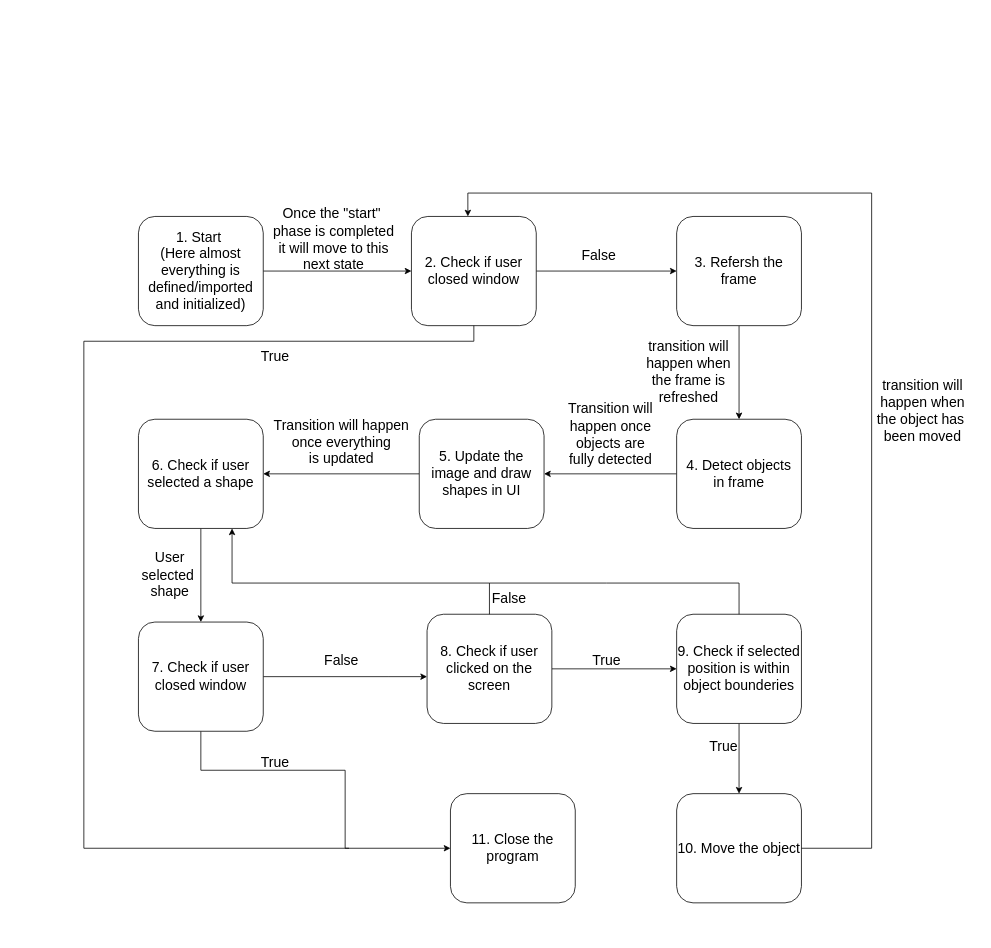
Earlier version of the draw.io diagram SDA project state diagram.drawio (OliwierL/SDA). Source tidied: cells renumbered, new cells numbered last; positions are measured from the earlier drawing's top-left corner, leaving out a move shared by most shapes. Both pictures are drawn from the tidied source at 78%, with x=0, y=0 at pixel (83, 193).
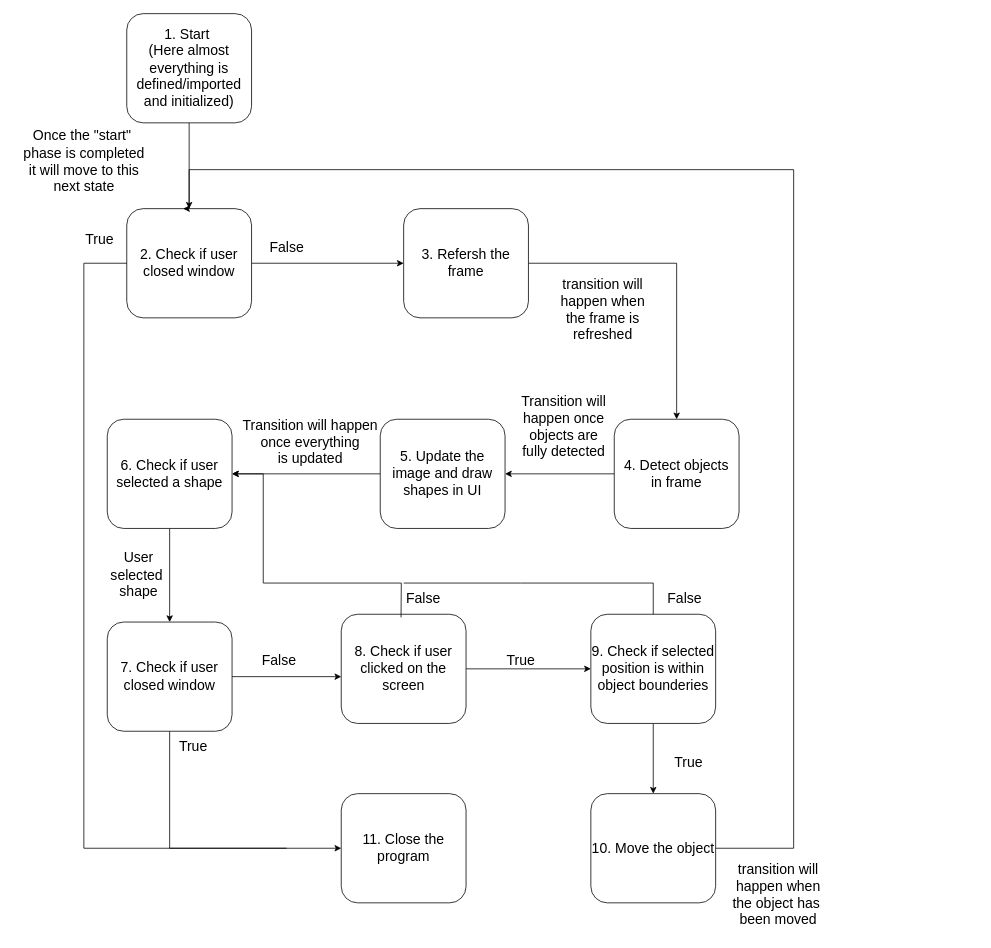
The same page after the edit.

Commit message (it also covers changes not shown here):
SDA class diagram

Made By Andrez

The edit, as a diff of the source:
```diff
@@
-    <mxCell id="2" style="edgeStyle=orthogonalEdgeStyle;rounded=0;jettySize=auto;html=1;entryX=0;entryY=0.5;entryDx=0;entryDy=0;" parent="1" edge="1" source="3" target="5">
-      <mxGeometry relative="1" as="geometry" />
+    <mxCell id="2" style="edgeStyle=orthogonalEdgeStyle;rounded=0;jettySize=auto;html=1;" parent="1" edge="1" source="3">
+      <mxGeometry relative="1" as="geometry">
+        <mxPoint x="135" y="20" as="targetPoint" />
+      </mxGeometry>
     </mxCell>
     <mxCell id="3" value="&lt;font style=&quot;font-size: 18px;&quot;&gt;1. Start&amp;nbsp;&lt;br&gt;(Here almost&lt;br&gt;everything is defined/imported and initialized)&lt;/font&gt;" style="rounded=1;whiteSpace=wrap;html=1;" parent="1" vertex="1">
-      <mxGeometry x="70" y="30" width="160" height="140" as="geometry" />
+      <mxGeometry x="55" y="-230" width="160" height="140" as="geometry" />
     </mxCell>
     <mxCell id="4" style="edgeStyle=orthogonalEdgeStyle;rounded=0;jettySize=auto;html=1;entryX=0;entryY=0.5;entryDx=0;entryDy=0;" parent="1" edge="1" source="5" target="8">
-      <mxGeometry relative="1" as="geometry" />
+      <mxGeometry relative="1" as="geometry">
+        <Array as="points">
+          <mxPoint x="410" y="90" />
+          <mxPoint x="410" y="90" />
+        </Array>
+      </mxGeometry>
     </mxCell>
     <mxCell id="5" value="&lt;font style=&quot;font-size: 18px;&quot;&gt;2. Check if user closed window&lt;br&gt;&lt;/font&gt;" style="rounded=1;whiteSpace=wrap;html=1;" parent="1" vertex="1">
-      <mxGeometry x="420" y="30" width="160" height="140" as="geometry" />
+      <mxGeometry x="55" y="20" width="160" height="140" as="geometry" />
     </mxCell>
     <mxCell id="6" value="&lt;font style=&quot;font-size: 18px;&quot;&gt;Once the &quot;start&quot;&amp;nbsp;&lt;br&gt;phase is completed&lt;br&gt;it will move to this&lt;br&gt;next state&lt;/font&gt;" style="text;html=1;align=center;verticalAlign=middle;strokeColor=none;fillColor=none;" parent="1" vertex="1">
-      <mxGeometry x="230" y="10" width="180" height="100" as="geometry" />
+      <mxGeometry x="-90" y="-90" width="180" height="100" as="geometry" />
     </mxCell>
@@
     <mxCell id="8" value="&lt;font style=&quot;font-size: 18px;&quot;&gt;3. Refersh the frame&lt;br&gt;&lt;/font&gt;" style="rounded=1;whiteSpace=wrap;html=1;" parent="1" vertex="1">
-      <mxGeometry x="760" y="30" width="160" height="140" as="geometry" />
+      <mxGeometry x="410" y="20" width="160" height="140" as="geometry" />
     </mxCell>
@@
     <mxCell id="10" value="&lt;font style=&quot;font-size: 18px;&quot;&gt;4. Detect objects&lt;br&gt;in frame&lt;br&gt;&lt;/font&gt;" style="rounded=1;whiteSpace=wrap;html=1;" parent="1" vertex="1">
-      <mxGeometry x="760" y="290" width="160" height="140" as="geometry" />
+      <mxGeometry x="680" y="290" width="160" height="140" as="geometry" />
     </mxCell>
@@
     <mxCell id="12" value="&lt;font style=&quot;font-size: 18px;&quot;&gt;5. Update the image and draw shapes in UI&lt;br&gt;&lt;/font&gt;" style="rounded=1;whiteSpace=wrap;html=1;" parent="1" vertex="1">
-      <mxGeometry x="430" y="290" width="160" height="140" as="geometry" />
+      <mxGeometry x="380" y="290" width="160" height="140" as="geometry" />
     </mxCell>
@@
     <mxCell id="14" value="&lt;font style=&quot;font-size: 18px;&quot;&gt;6. Check if user selected a shape&lt;br&gt;&lt;/font&gt;" style="rounded=1;whiteSpace=wrap;html=1;" parent="1" vertex="1">
-      <mxGeometry x="70" y="290" width="160" height="140" as="geometry" />
+      <mxGeometry x="30" y="290" width="160" height="140" as="geometry" />
     </mxCell>
     <mxCell id="15" value="&lt;span style=&quot;font-size: 18px;&quot;&gt;transition will&lt;br&gt;happen when&lt;br&gt;the frame is&lt;br&gt;refreshed&lt;br&gt;&lt;/span&gt;" style="text;html=1;align=center;verticalAlign=middle;strokeColor=none;fillColor=none;" parent="1" vertex="1">
-      <mxGeometry x="710" y="180" width="130" height="100" as="geometry" />
+      <mxGeometry x="600" y="100" width="130" height="100" as="geometry" />
     </mxCell>
     <mxCell id="16" value="&lt;span style=&quot;font-size: 18px;&quot;&gt;Transition will&lt;br&gt;happen once&lt;br&gt;objects are&lt;br&gt;fully detected&lt;br&gt;&lt;/span&gt;" style="text;html=1;align=center;verticalAlign=middle;strokeColor=none;fillColor=none;" parent="1" vertex="1">
-      <mxGeometry x="610" y="260" width="130" height="100" as="geometry" />
+      <mxGeometry x="550" y="250" width="130" height="100" as="geometry" />
     </mxCell>
     <mxCell id="17" value="&lt;span style=&quot;font-size: 18px;&quot;&gt;Transition will happen&lt;br&gt;once everything&lt;br&gt;is updated&lt;br&gt;&lt;/span&gt;" style="text;html=1;align=center;verticalAlign=middle;strokeColor=none;fillColor=none;" parent="1" vertex="1">
-      <mxGeometry x="230" y="280" width="200" height="80" as="geometry" />
+      <mxGeometry x="190" y="280" width="200" height="80" as="geometry" />
     </mxCell>
     <mxCell id="18" value="&lt;span style=&quot;font-size: 18px;&quot;&gt;False&lt;/span&gt;" style="text;html=1;align=center;verticalAlign=middle;strokeColor=none;fillColor=none;" parent="1" vertex="1">
-      <mxGeometry x="625" y="60" width="70" height="40" as="geometry" />
+      <mxGeometry x="225" y="50" width="70" height="40" as="geometry" />
     </mxCell>
     <mxCell id="19" style="edgeStyle=orthogonalEdgeStyle;rounded=0;jettySize=auto;html=1;entryX=0;entryY=0.5;entryDx=0;entryDy=0;" parent="1" edge="1" source="21" target="23">
       <mxGeometry relative="1" as="geometry">
         <Array as="points">
-          <mxPoint x="150" y="740" />
-          <mxPoint x="335" y="740" />
-          <mxPoint x="335" y="840" />
+          <mxPoint x="110" y="840" />
         </Array>
       </mxGeometry>
     </mxCell>
@@
     <mxCell id="21" value="&lt;font style=&quot;font-size: 18px;&quot;&gt;7. Check if user closed window&lt;br&gt;&lt;/font&gt;" style="rounded=1;whiteSpace=wrap;html=1;" parent="1" vertex="1">
-      <mxGeometry x="70" y="550" width="160" height="140" as="geometry" />
+      <mxGeometry x="30" y="550" width="160" height="140" as="geometry" />
     </mxCell>
     <mxCell id="22" value="&lt;span style=&quot;font-size: 18px;&quot;&gt;User &lt;br&gt;selected&amp;nbsp;&lt;br&gt;shape&lt;br&gt;&lt;/span&gt;" style="text;html=1;align=center;verticalAlign=middle;strokeColor=none;fillColor=none;" parent="1" vertex="1">
-      <mxGeometry x="60" y="450" width="100" height="80" as="geometry" />
+      <mxGeometry x="20" y="450" width="100" height="80" as="geometry" />
     </mxCell>
     <mxCell id="23" value="&lt;font style=&quot;font-size: 18px;&quot;&gt;11. Close the program&lt;br&gt;&lt;/font&gt;" style="rounded=1;whiteSpace=wrap;html=1;" parent="1" vertex="1">
-      <mxGeometry x="470" y="770" width="160" height="140" as="geometry" />
+      <mxGeometry x="330" y="770" width="160" height="140" as="geometry" />
     </mxCell>
     <mxCell id="24" value="&lt;span style=&quot;font-size: 18px;&quot;&gt;True&lt;/span&gt;" style="text;html=1;align=center;verticalAlign=middle;strokeColor=none;fillColor=none;" parent="1" vertex="1">
-      <mxGeometry x="215" y="190" width="60" height="40" as="geometry" />
+      <mxGeometry x="-10" y="40" width="60" height="40" as="geometry" />
     </mxCell>
     <mxCell id="25" value="&lt;span style=&quot;font-size: 18px;&quot;&gt;True&lt;/span&gt;" style="text;html=1;align=center;verticalAlign=middle;strokeColor=none;fillColor=none;" parent="1" vertex="1">
-      <mxGeometry x="215" y="710" width="60" height="40" as="geometry" />
+      <mxGeometry x="110" y="690" width="60" height="40" as="geometry" />
     </mxCell>
-    <mxCell id="26" style="edgeStyle=orthogonalEdgeStyle;rounded=0;jettySize=auto;html=1;" parent="1" edge="1" source="27" target="31">
-      <mxGeometry relative="1" as="geometry" />
+    <mxCell id="26" style="edgeStyle=orthogonalEdgeStyle;rounded=0;jettySize=auto;html=1;" parent="1" edge="1" source="27">
+      <mxGeometry relative="1" as="geometry">
+        <mxPoint x="650" y="610" as="targetPoint" />
+      </mxGeometry>
     </mxCell>
     <mxCell id="27" value="&lt;font style=&quot;font-size: 18px;&quot;&gt;8. Check if user clicked on the screen&lt;br&gt;&lt;/font&gt;" style="rounded=1;whiteSpace=wrap;html=1;" parent="1" vertex="1">
-      <mxGeometry x="440" y="540" width="160" height="140" as="geometry" />
+      <mxGeometry x="330" y="540" width="160" height="140" as="geometry" />
     </mxCell>
     <mxCell id="28" value="&lt;span style=&quot;font-size: 18px;&quot;&gt;False&lt;/span&gt;" style="text;html=1;align=center;verticalAlign=middle;strokeColor=none;fillColor=none;" parent="1" vertex="1">
-      <mxGeometry x="295" y="580" width="70" height="40" as="geometry" />
+      <mxGeometry x="215" y="580" width="70" height="40" as="geometry" />
     </mxCell>
     <mxCell id="29" value="&lt;span style=&quot;font-size: 18px;&quot;&gt;False&lt;/span&gt;" style="text;html=1;align=center;verticalAlign=middle;points=[];strokeColor=none;fillColor=none;" parent="1" vertex="1">
-      <mxGeometry x="510" y="500" width="70" height="40" as="geometry" />
+      <mxGeometry x="400" y="500" width="70" height="40" as="geometry" />
     </mxCell>
@@
     <mxCell id="31" value="&lt;font style=&quot;font-size: 18px;&quot;&gt;9. Check if selected position is within object bounderies&lt;br&gt;&lt;/font&gt;" style="rounded=1;whiteSpace=wrap;html=1;" parent="1" vertex="1">
-      <mxGeometry x="760" y="540" width="160" height="140" as="geometry" />
+      <mxGeometry x="650" y="540" width="160" height="140" as="geometry" />
     </mxCell>
     <mxCell id="32" value="&lt;span style=&quot;font-size: 18px;&quot;&gt;True&lt;/span&gt;" style="text;html=1;align=center;verticalAlign=middle;strokeColor=none;fillColor=none;" parent="1" vertex="1">
-      <mxGeometry x="640" y="580" width="60" height="40" as="geometry" />
+      <mxGeometry x="530" y="580" width="60" height="40" as="geometry" />
     </mxCell>
     <mxCell id="33" value="&lt;font style=&quot;font-size: 18px;&quot;&gt;10. Move the object&lt;br&gt;&lt;/font&gt;" style="rounded=1;whiteSpace=wrap;html=1;" parent="1" vertex="1">
-      <mxGeometry x="760" y="770" width="160" height="140" as="geometry" />
+      <mxGeometry x="650" y="770" width="160" height="140" as="geometry" />
     </mxCell>
     <mxCell id="34" style="endArrow=none;html=1;rounded=0;" parent="1" edge="1">
       <mxGeometry relative="1" as="geometry">
-        <mxPoint x="840" y="540" as="sourcePoint" />
-        <mxPoint x="520" y="500" as="targetPoint" />
+        <mxPoint x="730" y="540" as="sourcePoint" />
+        <mxPoint x="410" y="500" as="targetPoint" />
         <Array as="points">
-          <mxPoint x="840" y="500" />
-          <mxPoint x="670" y="500" />
+          <mxPoint x="730" y="500" />
+          <mxPoint x="560" y="500" />
         </Array>
       </mxGeometry>
     </mxCell>
     <mxCell id="35" value="&lt;span style=&quot;font-size: 18px;&quot;&gt;True&lt;/span&gt;" style="text;html=1;align=center;verticalAlign=middle;strokeColor=none;fillColor=none;" parent="1" vertex="1">
-      <mxGeometry x="790" y="690" width="60" height="40" as="geometry" />
+      <mxGeometry x="745" y="710" width="60" height="40" as="geometry" />
     </mxCell>
-    <mxCell id="36" style="endArrow=none;html=1;rounded=0;" parent="1" edge="1">
+    <mxCell id="36" style="endArrow=none;html=1;rounded=0;exitX=0;exitY=0.5;exitDx=0;exitDy=0;" parent="1" edge="1" source="5">
       <mxGeometry relative="1" as="geometry">
-        <mxPoint x="500" y="170" as="sourcePoint" />
-        <mxPoint x="340" y="840" as="targetPoint" />
+        <mxPoint x="260" y="840" as="targetPoint" />
         <Array as="points">
-          <mxPoint x="500" y="190" />
+          <mxPoint y="90" />
           <mxPoint y="190" />
           <mxPoint y="840" />
         </Array>
       </mxGeometry>
     </mxCell>
-    <mxCell id="37" style="endArrow=classic;html=1;rounded=0;entryX=0.75;entryY=1;entryDx=0;entryDy=0;" parent="1" edge="1" target="14">
+    <mxCell id="37" style="endArrow=classic;html=1;rounded=0;entryX=1;entryY=0.5;entryDx=0;entryDy=0;exitX=0.095;exitY=1.1;exitDx=0;exitDy=0;exitPerimeter=0;" parent="1" edge="1" source="29" target="14">
       <mxGeometry relative="1" as="geometry">
-        <mxPoint x="520" y="540" as="sourcePoint" />
         <Array as="points">
-          <mxPoint x="520" y="500" />
-          <mxPoint x="190" y="500" />
+          <mxPoint x="407" y="500" />
+          <mxPoint x="230" y="500" />
+          <mxPoint x="230" y="360" />
         </Array>
       </mxGeometry>
     </mxCell>
     <mxCell id="38" style="edgeStyle=orthogonalEdgeStyle;rounded=0;jettySize=auto;html=1;entryX=0.452;entryY=0;entryDx=0;entryDy=0;entryPerimeter=0;" parent="1" edge="1" source="33" target="5">
       <mxGeometry relative="1" as="geometry">
         <Array as="points">
-          <mxPoint x="1010" y="840" />
-          <mxPoint x="1010" />
-          <mxPoint x="492" />
+          <mxPoint x="910" y="840" />
+          <mxPoint x="910" y="-30" />
+          <mxPoint x="135" y="-30" />
+          <mxPoint x="135" y="20" />
         </Array>
       </mxGeometry>
     </mxCell>
     <mxCell id="39" value="&lt;span style=&quot;font-size: 18px;&quot;&gt;transition will&lt;br&gt;happen when&lt;br&gt;the object has&amp;nbsp;&lt;br&gt;been moved&lt;br&gt;&lt;/span&gt;" style="text;html=1;align=center;verticalAlign=middle;strokeColor=none;fillColor=none;" parent="1" vertex="1">
-      <mxGeometry x="1005" y="230" width="140" height="100" as="geometry" />
+      <mxGeometry x="820" y="850" width="140" height="100" as="geometry" />
     </mxCell>
+    <mxCell id="40" value="&lt;span style=&quot;font-size: 18px;&quot;&gt;False&lt;/span&gt;" style="text;html=1;align=center;verticalAlign=middle;strokeColor=none;fillColor=none;" parent="1" vertex="1">
+      <mxGeometry x="735" y="500" width="70" height="40" as="geometry" />
+    </mxCell>
```
